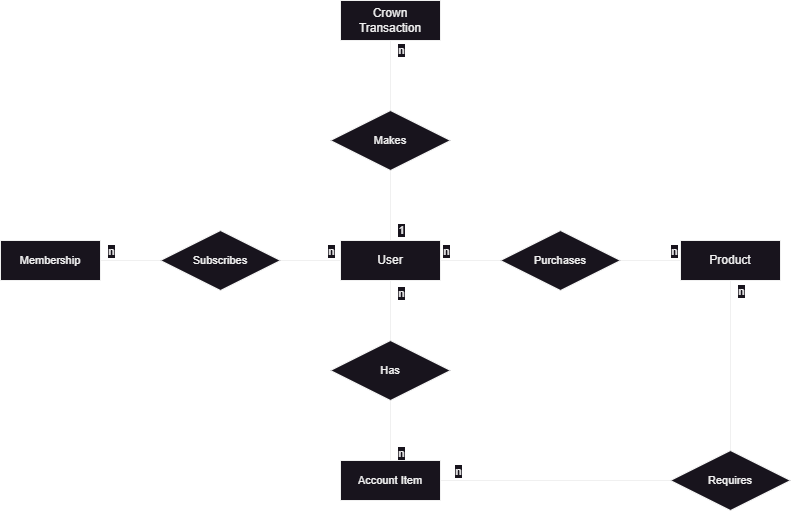
rpeixe/AspNetCore-MvcStore keeps this draw.io diagram as ERModel.png. Above is the earlier version. Source tidied: cells renumbered, new cells last; positions are measured from the earlier drawing's top-left corner, leaving out a move shared by most shapes.
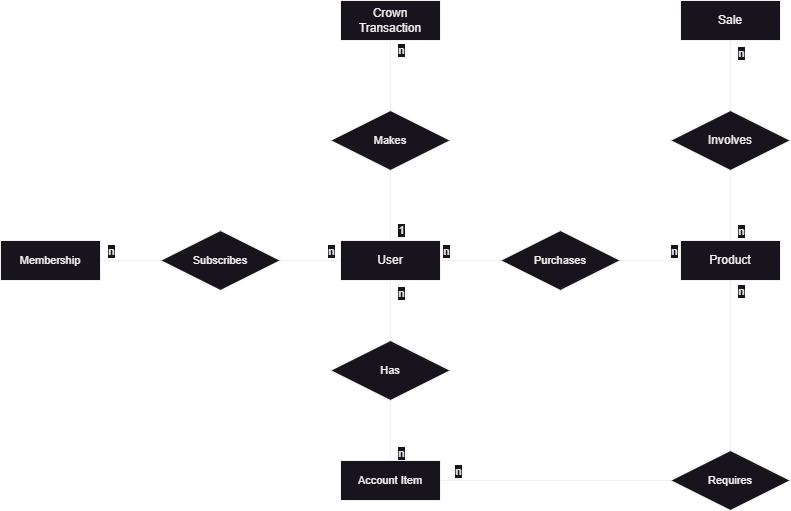
The same file after the commit.

Commit message:
Added Sale entity

Diff of the diagram source:
```diff
@@ -112,5 +112,27 @@
     <mxCell id="31" value="Subscribes" style="shape=rhombus;perimeter=rhombusPerimeter;whiteSpace=wrap;html=1;align=center;fontFamily=Helvetica;fontSize=11;fontColor=default;labelBackgroundColor=default;" parent="1" vertex="1">
       <mxGeometry x="160" y="230" width="120" height="60" as="geometry" />
     </mxCell>
+    <mxCell id="32" value="Sale" style="whiteSpace=wrap;html=1;align=center;" parent="1" vertex="1">
+      <mxGeometry x="680" width="100" height="40" as="geometry" />
+    </mxCell>
+    <mxCell id="33" style="edgeStyle=orthogonalEdgeStyle;shape=connector;rounded=0;jettySize=auto;html=1;strokeColor=default;align=center;verticalAlign=middle;fontFamily=Helvetica;fontSize=11;fontColor=default;labelBackgroundColor=default;endArrow=none;endFill=0;" parent="1" edge="1" source="37" target="16">
+      <mxGeometry relative="1" as="geometry" />
+    </mxCell>
+    <mxCell id="34" value="n" style="edgeLabel;html=1;align=center;verticalAlign=middle;fontFamily=Helvetica;fontSize=11;fontColor=default;labelBackgroundColor=default;" parent="33" vertex="1">
+      <mxGeometry x="0.66" y="3" relative="1" as="geometry">
+        <mxPoint x="7" y="2" as="offset" />
+      </mxGeometry>
+    </mxCell>
+    <mxCell id="35" style="edgeStyle=orthogonalEdgeStyle;shape=connector;rounded=0;jettySize=auto;html=1;strokeColor=default;align=center;verticalAlign=middle;fontFamily=Helvetica;fontSize=11;fontColor=default;labelBackgroundColor=default;endArrow=none;endFill=0;" parent="1" edge="1" source="37" target="32">
+      <mxGeometry relative="1" as="geometry" />
+    </mxCell>
+    <mxCell id="36" value="n" style="edgeLabel;html=1;align=center;verticalAlign=middle;fontFamily=Helvetica;fontSize=11;fontColor=default;labelBackgroundColor=default;" parent="35" vertex="1">
+      <mxGeometry x="0.65" y="-1" relative="1" as="geometry">
+        <mxPoint x="9" as="offset" />
+      </mxGeometry>
+    </mxCell>
+    <mxCell id="37" value="Involves" style="shape=rhombus;perimeter=rhombusPerimeter;whiteSpace=wrap;html=1;align=center;" parent="1" vertex="1">
+      <mxGeometry x="670" y="110" width="120" height="60" as="geometry" />
+    </mxCell>
   </root>
 </mxGraphModel>
```
